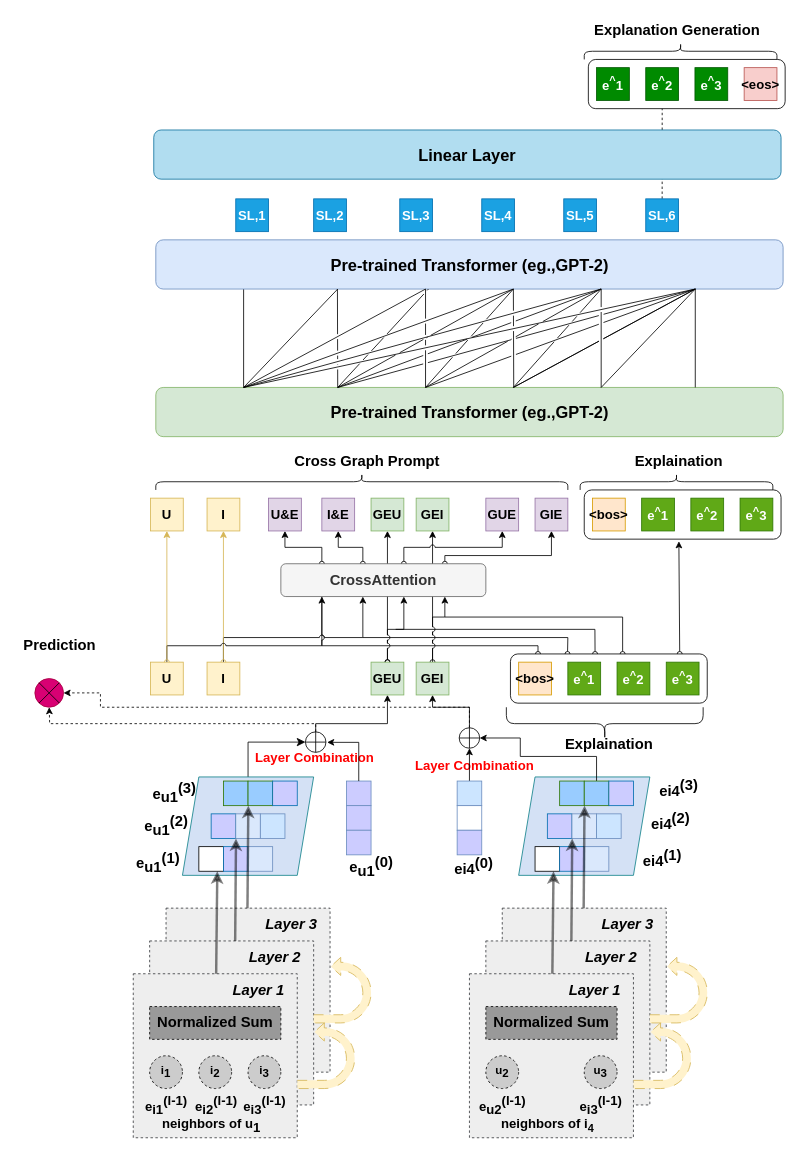
Above: page "第 1 页" (1 of 2) of PEPpic.drawio in kkkparty/drawio (draw.io), before the change. Source tidied: cells renumbered, new cells numbered last; positions are measured from the earlier drawing's top-left corner, leaving out a move shared by most shapes. Both pictures are drawn from the tidied source at 82%, with x=0, y=0 at pixel (14, 14).
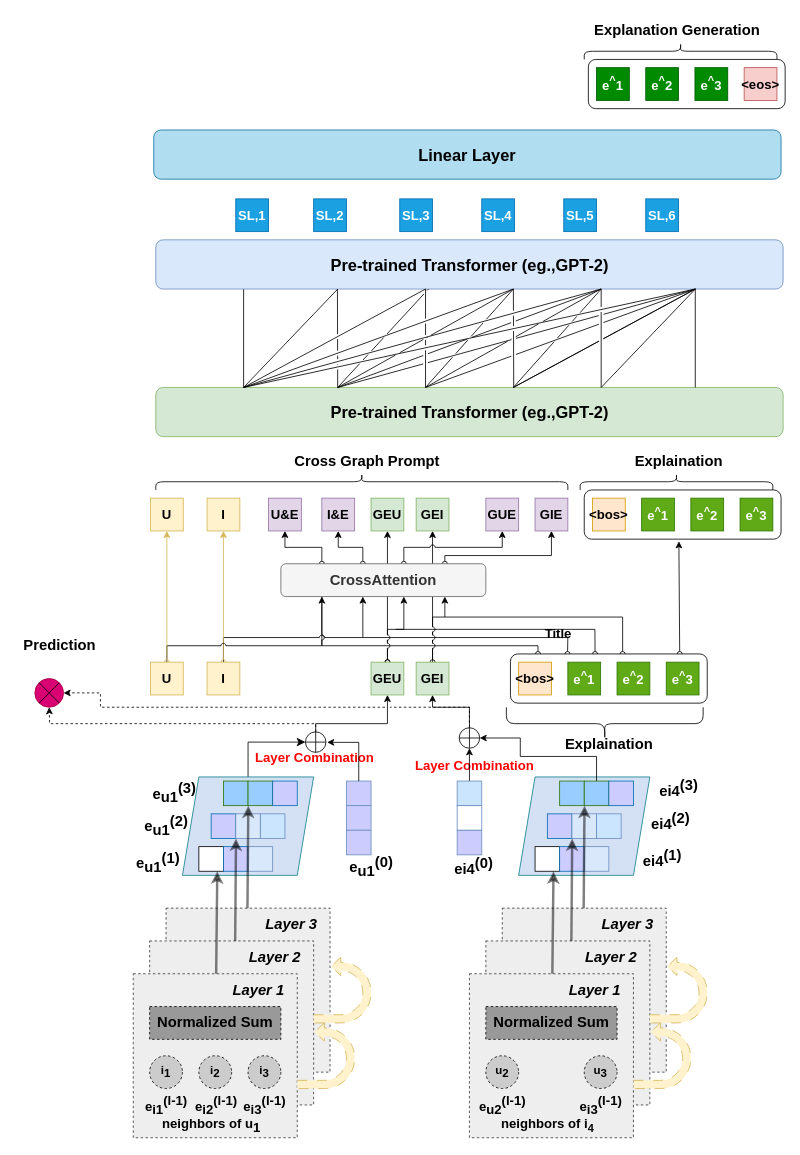
After the change.

The change refers to these unchanged cells:
```xml
<mxCell id="169" value="e&lt;sup style=&quot;border-color: var(--border-color);&quot;&gt;^&lt;/sup&gt;&lt;span style=&quot;border-color: var(--border-color);&quot;&gt;2&lt;/span&gt;" style="whiteSpace=wrap;html=1;rounded=0;fontSize=16;fontStyle=1;fillColor=#008a00;strokeColor=#005700;fontColor=#ffffff;" parent="1" vertex="1">
  <mxGeometry x="770" y="65" width="40" height="40" as="geometry" />
</mxCell>
```

Change to the diagram source:
```diff
@@
-    <mxCell id="143" style="edgeStyle=orthogonalEdgeStyle;rounded=0;jumpStyle=gap;jettySize=auto;html=1;dashed=1;fontSize=12;fontColor=#000000;startArrow=none;startFill=0;endArrow=classic;endFill=1;elbow=vertical;" parent="1" edge="1" target="169">
-      <mxGeometry relative="1" as="geometry">
-        <mxPoint x="790" y="225" as="sourcePoint" />
-      </mxGeometry>
-    </mxCell>
@@
+    <mxCell id="179" value="Title" style="text;strokeColor=none;fillColor=none;html=1;fontSize=16;fontStyle=1;verticalAlign=middle;align=center;fontColor=#000000;" parent="1" vertex="1">
+      <mxGeometry x="613" y="735" width="100" height="40" as="geometry" />
+    </mxCell>
```
